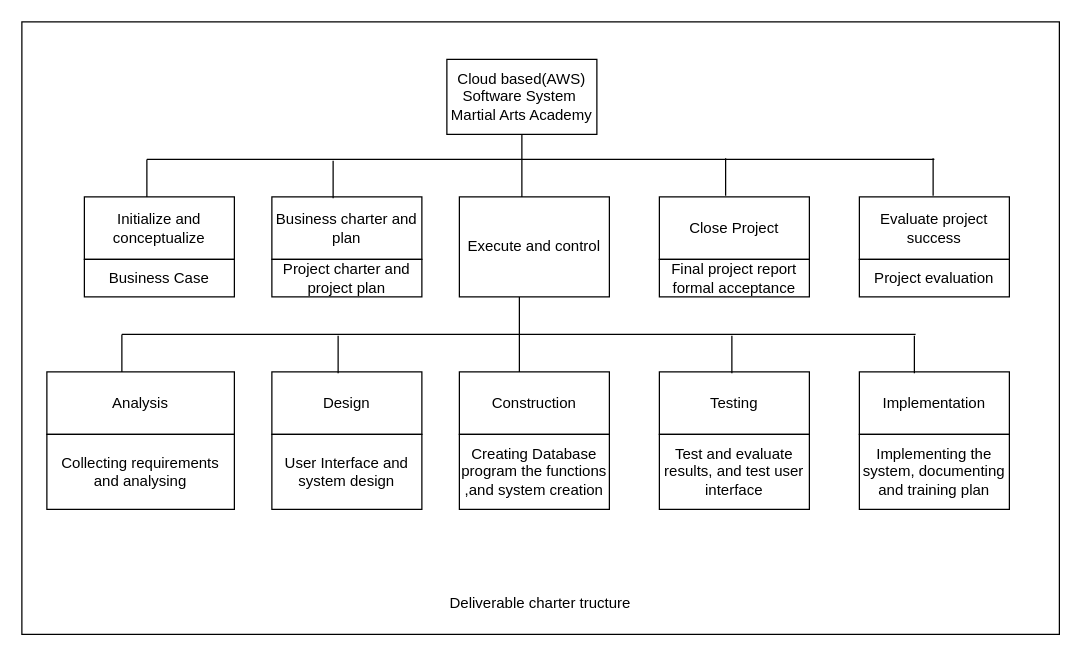
Before: Software PM DSC.drawio in emmanuel-george/TestProject, a draw.io diagram. Source tidied: cells renumbered, new cells numbered last; positions are measured from the earlier drawing's top-left corner, leaving out a move shared by most shapes. Both pictures are drawn from the tidied source at 125%, with x=0, y=0 at pixel (21, 21).
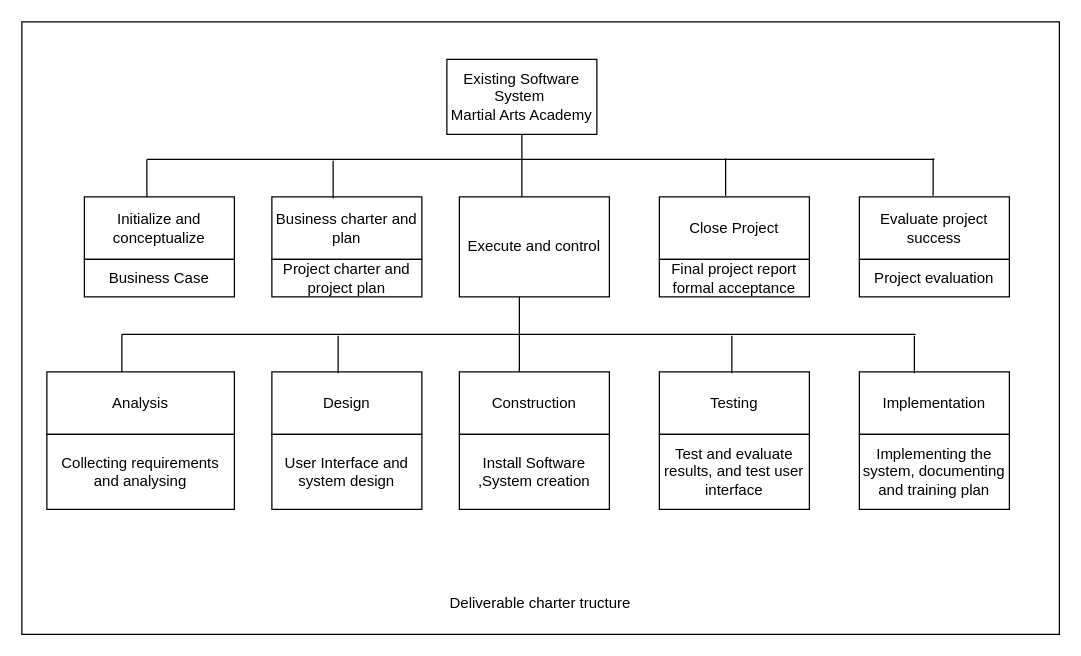
The same page after the edit.

What changed in the source:
```diff
@@
-    <mxCell id="3" value="Cloud based(AWS) Software System&amp;nbsp;&lt;br&gt;Martial Arts Academy" style="rounded=0;whiteSpace=wrap;html=1;" parent="1" vertex="1">
+    <mxCell id="3" value="Existing Software System&amp;nbsp;&lt;br&gt;Martial Arts Academy" style="rounded=0;whiteSpace=wrap;html=1;" parent="1" vertex="1">
       <mxGeometry x="340" y="30" width="120" height="60" as="geometry" />
     </mxCell>
@@
-    <mxCell id="22" value="Creating Database program the functions ,and system creation" style="rounded=0;whiteSpace=wrap;html=1;" parent="1" vertex="1">
+    <mxCell id="22" value="Install Software ,System creation" style="rounded=0;whiteSpace=wrap;html=1;" parent="1" vertex="1">
       <mxGeometry x="350" y="330" width="120" height="60" as="geometry" />
     </mxCell>
```
